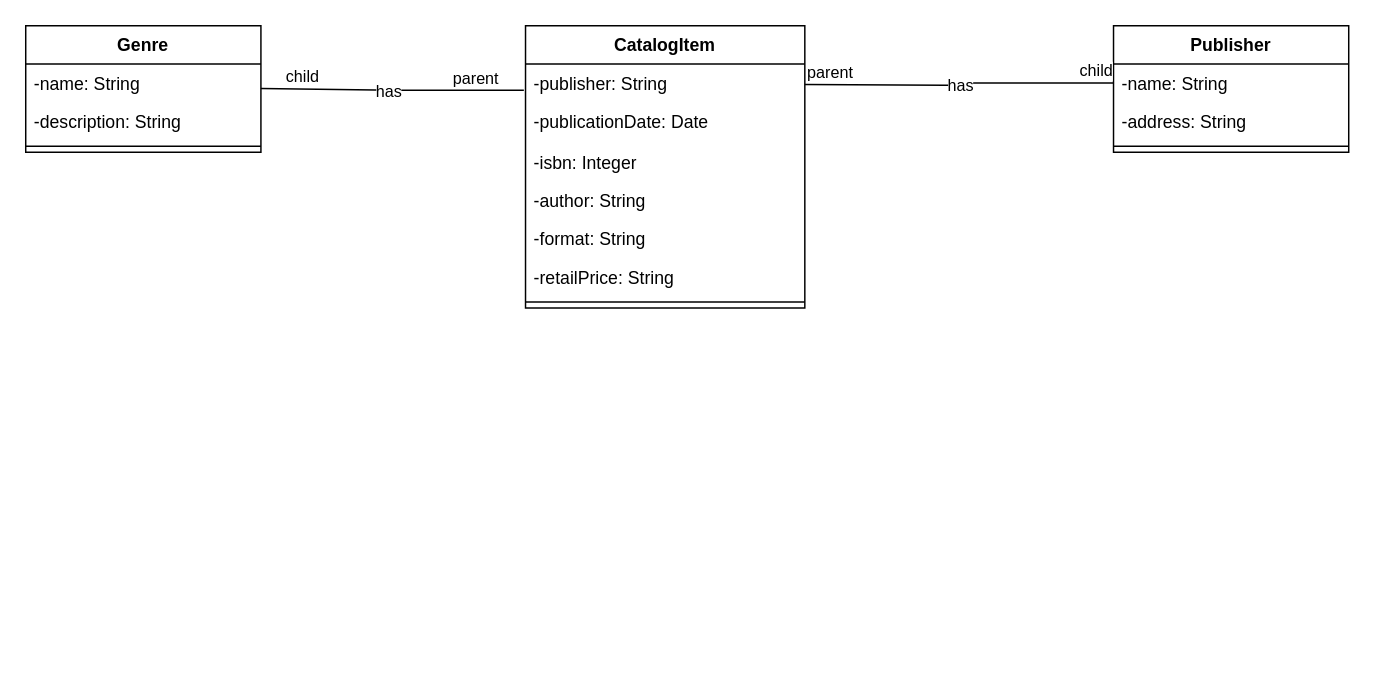
Above: 2. Identify Associations Cole Hartman.drawio in Cole-Hartman/database-UML (draw.io), before the change. Source tidied: cells renumbered, new cells numbered last; positions are measured from the earlier drawing's top-left corner, leaving out a move shared by most shapes. Both pictures are drawn from the tidied source at 147%, with x=0, y=0 at pixel (25, 25).
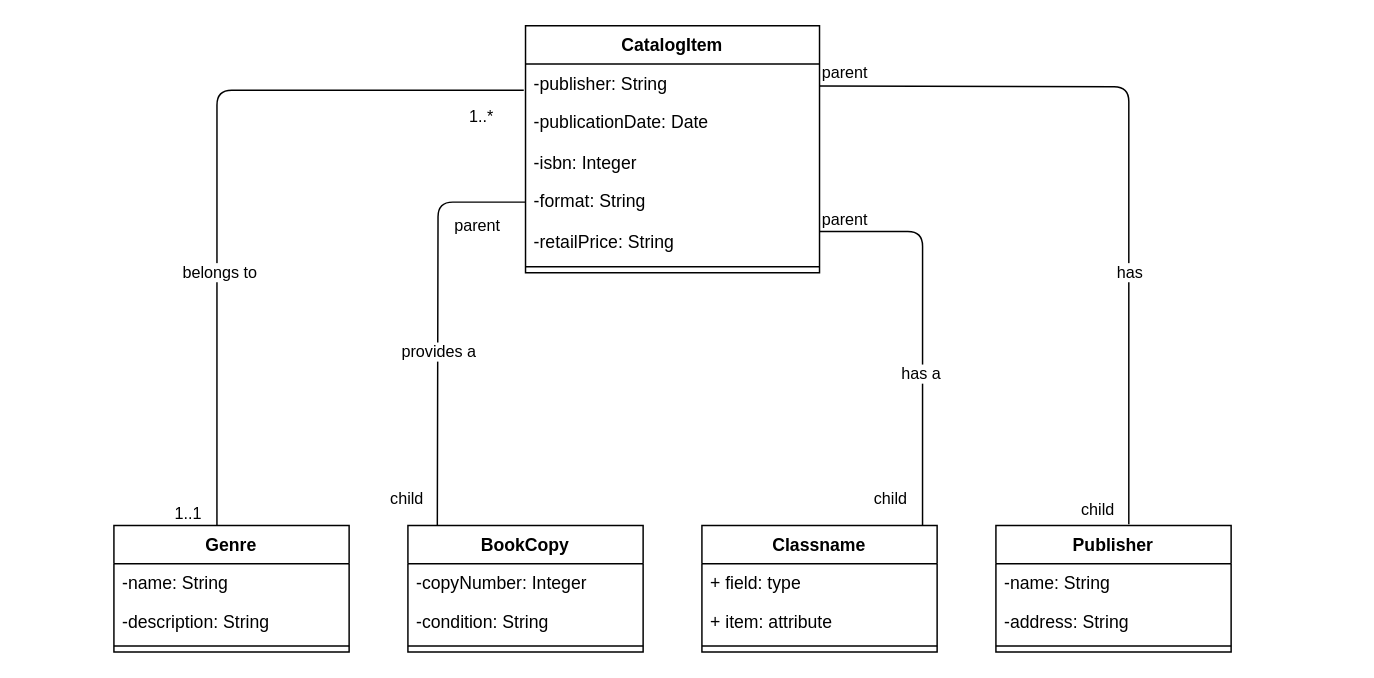
After the change.

Unchanged cells that the change refers to:
```xml
<mxCell id="11" value="-name: String" style="text;strokeColor=none;fillColor=none;align=left;verticalAlign=top;spacingLeft=4;spacingRight=4;overflow=hidden;points=[[0,0.5],[1,0.5]];portConstraint=eastwest;whiteSpace=wrap;html=1;" parent="10" vertex="1">
  <mxGeometry y="26" width="160" height="26" as="geometry" />
</mxCell>
```

Diff of the diagram source:
```diff
@@
     <mxCell id="2" value="CatalogItem" style="swimlane;fontStyle=1;align=center;verticalAlign=top;horizontal=1;startSize=26;whiteSpace=wrap;html=1;" parent="1" vertex="1">
-      <mxGeometry x="340" width="190" height="192" as="geometry" />
+      <mxGeometry x="340" width="200" height="168" as="geometry" />
     </mxCell>
     <mxCell id="3" value="-publisher: String" style="text;strokeColor=none;fillColor=none;align=left;verticalAlign=top;spacingLeft=4;spacingRight=4;overflow=hidden;points=[[0,0.5],[1,0.5]];portConstraint=eastwest;whiteSpace=wrap;html=1;" parent="2" vertex="1">
-      <mxGeometry y="26" width="190" height="26" as="geometry" />
+      <mxGeometry y="26" width="200" height="26" as="geometry" />
     </mxCell>
     <mxCell id="4" value="-publicationDate: Date" style="text;strokeColor=none;fillColor=none;align=left;verticalAlign=top;spacingLeft=4;spacingRight=4;overflow=hidden;whiteSpace=wrap;html=1;" parent="2" vertex="1">
-      <mxGeometry y="52" width="190" height="28" as="geometry" />
+      <mxGeometry y="52" width="200" height="28" as="geometry" />
     </mxCell>
     <mxCell id="5" value="-isbn: Integer" style="text;strokeColor=none;fillColor=none;align=left;verticalAlign=top;spacingLeft=4;spacingRight=4;overflow=hidden;whiteSpace=wrap;html=1;" parent="2" vertex="1">
-      <mxGeometry y="80" width="190" height="26" as="geometry" />
+      <mxGeometry y="80" width="200" height="26" as="geometry" />
     </mxCell>
-    <mxCell id="6" value="-author: String" style="text;strokeColor=none;fillColor=none;align=left;verticalAlign=top;spacingLeft=4;spacingRight=4;overflow=hidden;whiteSpace=wrap;html=1;" parent="2" vertex="1">
-      <mxGeometry y="106" width="190" height="26" as="geometry" />
-    </mxCell>
     <mxCell id="7" value="-format: String" style="text;strokeColor=none;fillColor=none;align=left;verticalAlign=top;spacingLeft=4;spacingRight=4;overflow=hidden;points=[[0,0.5],[1,0.5]];portConstraint=eastwest;whiteSpace=wrap;html=1;" parent="2" vertex="1">
-      <mxGeometry y="132" width="190" height="26" as="geometry" />
+      <mxGeometry y="106" width="200" height="28" as="geometry" />
     </mxCell>
     <mxCell id="8" value="-retailPrice: String" style="text;strokeColor=none;fillColor=none;align=left;verticalAlign=top;spacingLeft=4;spacingRight=4;overflow=hidden;whiteSpace=wrap;html=1;" parent="2" vertex="1">
-      <mxGeometry y="158" width="190" height="26" as="geometry" />
+      <mxGeometry y="134" width="200" height="26" as="geometry" />
     </mxCell>
     <mxCell id="9" style="line;strokeWidth=1;fillColor=none;align=left;verticalAlign=middle;spacingTop=-1;spacingLeft=3;spacingRight=3;labelPosition=right;strokeColor=inherit;" parent="2" vertex="1">
-      <mxGeometry y="184" width="190" height="8" as="geometry" />
+      <mxGeometry y="160" width="200" height="8" as="geometry" />
     </mxCell>
     <mxCell id="10" value="Publisher" style="swimlane;fontStyle=1;align=center;verticalAlign=top;horizontal=1;startSize=26;whiteSpace=wrap;html=1;" parent="1" vertex="1">
-      <mxGeometry x="740" width="160" height="86" as="geometry" />
+      <mxGeometry x="660" y="340" width="160" height="86" as="geometry" />
     </mxCell>
@@
-    <mxCell id="14" style="endArrow=none;html=1;edgeStyle=orthogonalEdgeStyle;rounded=1;entryX=0;entryY=0.5;entryDx=0;entryDy=0;curved=0;" parent="1" edge="1" target="11">
+    <mxCell id="14" style="endArrow=none;html=1;edgeStyle=orthogonalEdgeStyle;rounded=1;curved=0;entryX=0.565;entryY=-0.01;entryDx=0;entryDy=0;entryPerimeter=0;" parent="1" edge="1" target="10">
       <mxGeometry relative="1" as="geometry">
-        <mxPoint x="530" y="40" as="sourcePoint" />
+        <mxPoint x="540" y="41" as="sourcePoint" />
       </mxGeometry>
     </mxCell>
     <mxCell id="15" value="parent" style="edgeLabel;html=1;align=left;verticalAlign=bottom;" parent="14" vertex="1">
-      <mxGeometry x="-1" relative="1" as="geometry" />
+      <mxGeometry x="-1" relative="1" as="geometry">
+        <mxPoint y="-1" as="offset" />
+      </mxGeometry>
     </mxCell>
     <mxCell id="16" value="child" style="edgeLabel;html=1;align=right;verticalAlign=bottom;" parent="14" vertex="1">
-      <mxGeometry x="1" relative="1" as="geometry" />
+      <mxGeometry x="1" relative="1" as="geometry">
+        <mxPoint x="-9" y="-2" as="offset" />
+      </mxGeometry>
     </mxCell>
     <mxCell id="17" value="has" style="edgeLabel;html=1;align=center;verticalAlign=middle;" parent="14" vertex="1">
-      <mxGeometry relative="1" as="geometry" />
+      <mxGeometry relative="1" as="geometry">
+        <mxPoint y="82" as="offset" />
+      </mxGeometry>
     </mxCell>
     <mxCell id="18" value="Genre" style="swimlane;fontStyle=1;align=center;verticalAlign=top;horizontal=1;startSize=26;whiteSpace=wrap;html=1;" parent="1" vertex="1">
-      <mxGeometry width="160" height="86" as="geometry" />
+      <mxGeometry x="60" y="340" width="160" height="86" as="geometry" />
     </mxCell>
@@
-    <mxCell id="22" style="endArrow=none;html=1;edgeStyle=orthogonalEdgeStyle;rounded=0;exitX=-0.006;exitY=0.69;exitDx=0;exitDy=0;exitPerimeter=0;" parent="1" edge="1" source="3">
-      <mxGeometry relative="1" as="geometry">
-        <mxPoint x="160" y="42.7" as="targetPoint" />
-      </mxGeometry>
+    <mxCell id="22" style="endArrow=none;html=1;edgeStyle=orthogonalEdgeStyle;rounded=1;exitX=-0.006;exitY=0.69;exitDx=0;exitDy=0;exitPerimeter=0;entryX=0.438;entryY=0;entryDx=0;entryDy=0;entryPerimeter=0;curved=0;" parent="1" edge="1" source="3" target="18">
+      <mxGeometry relative="1" as="geometry" />
     </mxCell>
-    <mxCell id="23" value="parent" style="edgeLabel;html=1;align=left;verticalAlign=bottom;" parent="22" vertex="1">
+    <mxCell id="23" value="1..*" style="edgeLabel;html=1;align=left;verticalAlign=bottom;" parent="22" vertex="1">
       <mxGeometry x="-1" relative="1" as="geometry">
-        <mxPoint x="-50" as="offset" />
+        <mxPoint x="-39" y="26" as="offset" />
       </mxGeometry>
     </mxCell>
-    <mxCell id="24" value="child" style="edgeLabel;html=1;align=right;verticalAlign=bottom;" parent="22" vertex="1">
+    <mxCell id="24" value="1..1" style="edgeLabel;html=1;align=right;verticalAlign=bottom;" parent="22" vertex="1">
       <mxGeometry x="1" relative="1" as="geometry">
-        <mxPoint x="40" as="offset" />
+        <mxPoint x="-10" as="offset" />
       </mxGeometry>
     </mxCell>
-    <mxCell id="25" value="has" style="edgeLabel;html=1;align=center;verticalAlign=middle;" parent="22" vertex="1">
-      <mxGeometry x="0.04" y="1" relative="1" as="geometry" />
-    </mxCell>
+    <mxCell id="26" value="belongs to" style="edgeLabel;html=1;align=center;verticalAlign=middle;" parent="22" vertex="1">
+      <mxGeometry x="0.07" y="1" relative="1" as="geometry">
+        <mxPoint y="62" as="offset" />
+      </mxGeometry>
+    </mxCell>
+    <mxCell id="27" value="BookCopy" style="swimlane;fontStyle=1;align=center;verticalAlign=top;horizontal=1;startSize=26;whiteSpace=wrap;html=1;" parent="1" vertex="1">
+      <mxGeometry x="260" y="340" width="160" height="86" as="geometry" />
+    </mxCell>
+    <mxCell id="28" value="-copyNumber: Integer" style="text;strokeColor=none;fillColor=none;align=left;verticalAlign=top;spacingLeft=4;spacingRight=4;overflow=hidden;whiteSpace=wrap;html=1;" parent="27" vertex="1">
+      <mxGeometry y="26" width="160" height="26" as="geometry" />
+    </mxCell>
+    <mxCell id="29" value="-condition: String" style="text;strokeColor=none;fillColor=none;align=left;verticalAlign=top;spacingLeft=4;spacingRight=4;overflow=hidden;whiteSpace=wrap;html=1;" parent="27" vertex="1">
+      <mxGeometry y="52" width="160" height="26" as="geometry" />
+    </mxCell>
+    <mxCell id="30" style="line;strokeWidth=1;fillColor=none;align=left;verticalAlign=middle;spacingTop=-1;spacingLeft=3;spacingRight=3;labelPosition=right;strokeColor=inherit;" parent="27" vertex="1">
+      <mxGeometry y="78" width="160" height="8" as="geometry" />
+    </mxCell>
+    <mxCell id="31" style="endArrow=none;html=1;edgeStyle=orthogonalEdgeStyle;rounded=1;curved=0;exitX=0;exitY=0.5;exitDx=0;exitDy=0;" parent="1" edge="1" source="7">
+      <mxGeometry relative="1" as="geometry">
+        <mxPoint x="280" y="340" as="targetPoint" />
+      </mxGeometry>
+    </mxCell>
+    <mxCell id="32" value="parent" style="edgeLabel;html=1;align=left;verticalAlign=bottom;" parent="31" vertex="1">
+      <mxGeometry x="-1" relative="1" as="geometry">
+        <mxPoint x="-50" y="24" as="offset" />
+      </mxGeometry>
+    </mxCell>
+    <mxCell id="33" value="child" style="edgeLabel;html=1;align=right;verticalAlign=bottom;" parent="31" vertex="1">
+      <mxGeometry x="1" relative="1" as="geometry">
+        <mxPoint x="-9" y="-10" as="offset" />
+      </mxGeometry>
+    </mxCell>
+    <mxCell id="34" value="provides a" style="edgeLabel;html=1;align=center;verticalAlign=middle;" parent="31" vertex="1">
+      <mxGeometry x="-0.11" relative="1" as="geometry">
+        <mxPoint y="37" as="offset" />
+      </mxGeometry>
+    </mxCell>
+    <mxCell id="35" value="Classname" style="swimlane;fontStyle=1;align=center;verticalAlign=top;horizontal=1;startSize=26;whiteSpace=wrap;html=1;" parent="1" vertex="1">
+      <mxGeometry x="460" y="340" width="160" height="86" as="geometry" />
+    </mxCell>
+    <mxCell id="36" value="+ field: type" style="text;strokeColor=none;fillColor=none;align=left;verticalAlign=top;spacingLeft=4;spacingRight=4;overflow=hidden;whiteSpace=wrap;html=1;" parent="35" vertex="1">
+      <mxGeometry y="26" width="160" height="26" as="geometry" />
+    </mxCell>
+    <mxCell id="37" value="+ item: attribute" style="text;strokeColor=none;fillColor=none;align=left;verticalAlign=top;spacingLeft=4;spacingRight=4;overflow=hidden;whiteSpace=wrap;html=1;" parent="35" vertex="1">
+      <mxGeometry y="52" width="160" height="26" as="geometry" />
+    </mxCell>
+    <mxCell id="38" style="line;strokeWidth=1;fillColor=none;align=left;verticalAlign=middle;spacingTop=-1;spacingLeft=3;spacingRight=3;labelPosition=right;strokeColor=inherit;" parent="35" vertex="1">
+      <mxGeometry y="78" width="160" height="8" as="geometry" />
+    </mxCell>
+    <mxCell id="39" style="endArrow=none;html=1;edgeStyle=orthogonalEdgeStyle;rounded=1;entryX=0.938;entryY=0;entryDx=0;entryDy=0;entryPerimeter=0;curved=0;" parent="1" edge="1" target="35">
+      <mxGeometry relative="1" as="geometry">
+        <mxPoint x="540" y="140" as="sourcePoint" />
+        <Array as="points">
+          <mxPoint x="610" y="140" />
+        </Array>
+      </mxGeometry>
+    </mxCell>
+    <mxCell id="40" value="parent" style="edgeLabel;html=1;align=left;verticalAlign=bottom;" parent="39" vertex="1">
+      <mxGeometry x="-1" relative="1" as="geometry" />
+    </mxCell>
+    <mxCell id="41" value="child" style="edgeLabel;html=1;align=right;verticalAlign=bottom;" parent="39" vertex="1">
+      <mxGeometry x="1" relative="1" as="geometry">
+        <mxPoint x="-10" y="-10" as="offset" />
+      </mxGeometry>
+    </mxCell>
+    <mxCell id="42" value="has a" style="edgeLabel;html=1;align=center;verticalAlign=middle;" parent="39" vertex="1">
+      <mxGeometry x="0.24" y="-2" relative="1" as="geometry" />
+    </mxCell>
```
